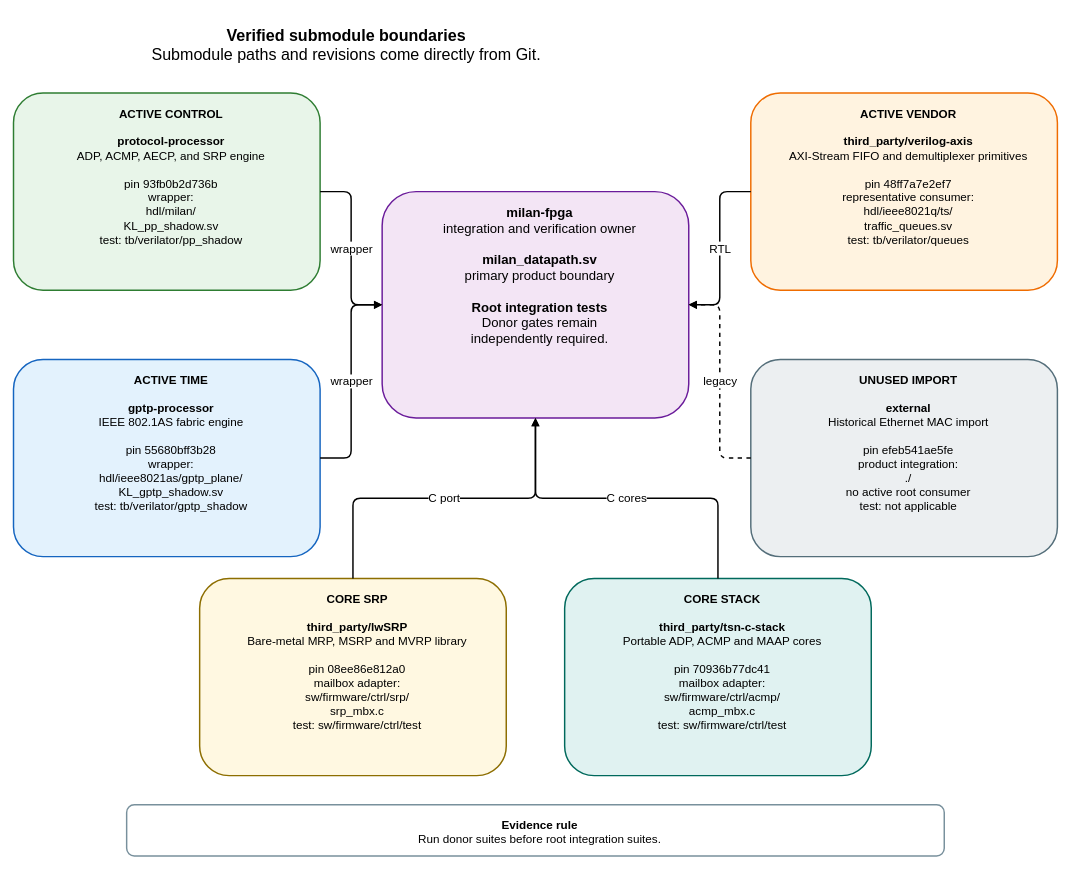
Earlier version of the draw.io diagram docs/diagrams/submodule_boundaries.drawio (kebag-logic/milan-fpga). Source tidied: cells renumbered, new cells numbered last; positions are measured from the earlier drawing's top-left corner, leaving out a move shared by most shapes. Both pictures are drawn from the tidied source at 73%, with x=0, y=0 at pixel (13, 12).
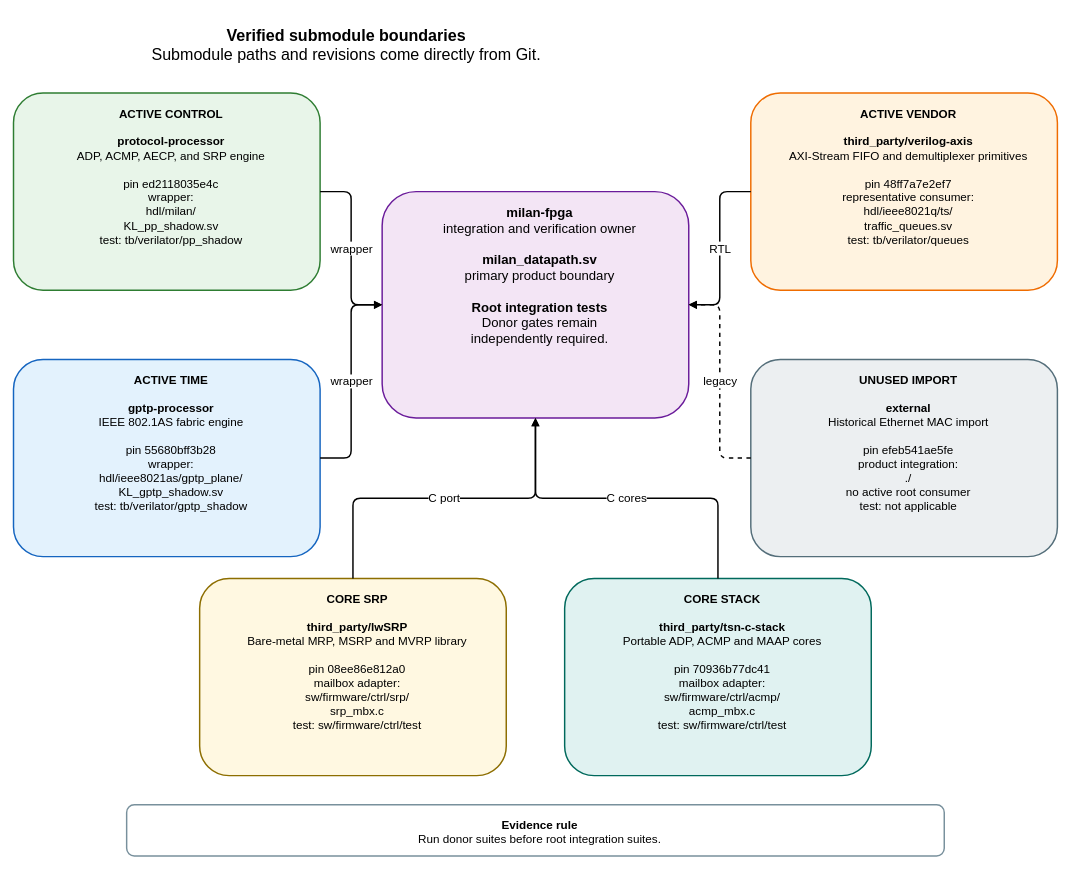
Above is the later version.

Commit message (it also covers changes not shown here):
Re-record the pin-derived records at processor ed211803: ROM digests, pin table and boundary diagram (#780)

The edit, as a diff of the source:
```diff
@@
 <mxGraphModel>
   <root>
     <mxCell id="0" />
     <mxCell id="1" parent="0" />
     <mxCell id="2" value="&lt;b&gt;Verified submodule boundaries&lt;/b&gt;&lt;br&gt;Submodule paths and revisions come directly from Git." style="rounded=1;whiteSpace=wrap;html=1;verticalAlign=top;spacingTop=12;spacingLeft=12;fontSize=22;fontFamily=Helvetica;fillColor=none;strokeColor=none;strokeWidth=2;" parent="1" vertex="1">
       <mxGeometry width="900" height="65" as="geometry" />
     </mxCell>
     <mxCell id="3" value="&lt;b&gt;milan-fpga&lt;/b&gt;&lt;br&gt;integration and verification owner&lt;br&gt;&lt;br&gt;&lt;b&gt;milan_datapath.sv&lt;/b&gt;&lt;br&gt;primary product boundary&lt;br&gt;&lt;br&gt;&lt;b&gt;Root integration tests&lt;/b&gt;&lt;br&gt;Donor gates remain&lt;br&gt;independently required." style="rounded=1;whiteSpace=wrap;html=1;verticalAlign=top;spacingTop=12;spacingLeft=12;fontSize=18;fontFamily=Helvetica;fillColor=#F3E5F5;strokeColor=#6A1B9A;strokeWidth=2;" parent="1" vertex="1">
       <mxGeometry x="505" y="245" width="420" height="310" as="geometry" />
     </mxCell>
-    <mxCell id="4" value="&lt;b&gt;ACTIVE CONTROL&lt;/b&gt;&lt;br&gt;&lt;br&gt;&lt;b&gt;protocol-processor&lt;/b&gt;&lt;br&gt;ADP, ACMP, AECP, and SRP engine&lt;br&gt;&lt;br&gt;pin 93fb0b2d736b&lt;br&gt;wrapper:&lt;br&gt;hdl/milan/&lt;br&gt;KL_pp_shadow.sv&lt;br&gt;test: tb/verilator/pp_shadow" style="rounded=1;whiteSpace=wrap;html=1;verticalAlign=top;spacingTop=12;spacingLeft=12;fontSize=16;fontFamily=Helvetica;fillColor=#E8F5E9;strokeColor=#2E7D32;strokeWidth=2;" parent="1" vertex="1">
+    <mxCell id="4" value="&lt;b&gt;ACTIVE CONTROL&lt;/b&gt;&lt;br&gt;&lt;br&gt;&lt;b&gt;protocol-processor&lt;/b&gt;&lt;br&gt;ADP, ACMP, AECP, and SRP engine&lt;br&gt;&lt;br&gt;pin ed2118035e4c&lt;br&gt;wrapper:&lt;br&gt;hdl/milan/&lt;br&gt;KL_pp_shadow.sv&lt;br&gt;test: tb/verilator/pp_shadow" style="rounded=1;whiteSpace=wrap;html=1;verticalAlign=top;spacingTop=12;spacingLeft=12;fontSize=16;fontFamily=Helvetica;fillColor=#E8F5E9;strokeColor=#2E7D32;strokeWidth=2;" parent="1" vertex="1">
       <mxGeometry y="110" width="420" height="270" as="geometry" />
     </mxCell>
     <mxCell id="5" value="&lt;b&gt;ACTIVE TIME&lt;/b&gt;&lt;br&gt;&lt;br&gt;&lt;b&gt;gptp-processor&lt;/b&gt;&lt;br&gt;IEEE 802.1AS fabric engine&lt;br&gt;&lt;br&gt;pin 55680bff3b28&lt;br&gt;wrapper:&lt;br&gt;hdl/ieee8021as/gptp_plane/&lt;br&gt;KL_gptp_shadow.sv&lt;br&gt;test: tb/verilator/gptp_shadow" style="rounded=1;whiteSpace=wrap;html=1;verticalAlign=top;spacingTop=12;spacingLeft=12;fontSize=16;fontFamily=Helvetica;fillColor=#E3F2FD;strokeColor=#1565C0;strokeWidth=2;" parent="1" vertex="1">
       <mxGeometry y="475" width="420" height="270" as="geometry" />
     </mxCell>
     <mxCell id="6" value="&lt;b&gt;ACTIVE VENDOR&lt;/b&gt;&lt;br&gt;&lt;br&gt;&lt;b&gt;third_party/verilog-axis&lt;/b&gt;&lt;br&gt;AXI-Stream FIFO and demultiplexer primitives&lt;br&gt;&lt;br&gt;pin 48ff7a7e2ef7&lt;br&gt;representative consumer:&lt;br&gt;hdl/ieee8021q/ts/&lt;br&gt;traffic_queues.sv&lt;br&gt;test: tb/verilator/queues" style="rounded=1;whiteSpace=wrap;html=1;verticalAlign=top;spacingTop=12;spacingLeft=12;fontSize=16;fontFamily=Helvetica;fillColor=#FFF3E0;strokeColor=#EF6C00;strokeWidth=2;" parent="1" vertex="1">
       <mxGeometry x="1010" y="110" width="420" height="270" as="geometry" />
     </mxCell>
     <mxCell id="7" value="&lt;b&gt;UNUSED IMPORT&lt;/b&gt;&lt;br&gt;&lt;br&gt;&lt;b&gt;external&lt;/b&gt;&lt;br&gt;Historical Ethernet MAC import&lt;br&gt;&lt;br&gt;pin efeb541ae5fe&lt;br&gt;product integration:&lt;br&gt;./&lt;br&gt;no active root consumer&lt;br&gt;test: not applicable" style="rounded=1;whiteSpace=wrap;html=1;verticalAlign=top;spacingTop=12;spacingLeft=12;fontSize=16;fontFamily=Helvetica;fillColor=#ECEFF1;strokeColor=#546E7A;strokeWidth=2;" parent="1" vertex="1">
       <mxGeometry x="1010" y="475" width="420" height="270" as="geometry" />
     </mxCell>
     <mxCell id="8" value="&lt;b&gt;CORE SRP&lt;/b&gt;&lt;br&gt;&lt;br&gt;&lt;b&gt;third_party/lwSRP&lt;/b&gt;&lt;br&gt;Bare-metal MRP, MSRP and MVRP library&lt;br&gt;&lt;br&gt;pin 08ee86e812a0&lt;br&gt;mailbox adapter:&lt;br&gt;sw/firmware/ctrl/srp/&lt;br&gt;srp_mbx.c&lt;br&gt;test: sw/firmware/ctrl/test" style="rounded=1;whiteSpace=wrap;html=1;verticalAlign=top;spacingTop=12;spacingLeft=12;fontSize=16;fontFamily=Helvetica;fillColor=#FFF8E1;strokeColor=#8D6E00;strokeWidth=2;" parent="1" vertex="1">
       <mxGeometry x="255" y="775" width="420" height="270" as="geometry" />
     </mxCell>
     <mxCell id="9" value="&lt;b&gt;CORE STACK&lt;/b&gt;&lt;br&gt;&lt;br&gt;&lt;b&gt;third_party/tsn-c-stack&lt;/b&gt;&lt;br&gt;Portable ADP, ACMP and MAAP cores&lt;br&gt;&lt;br&gt;pin 70936b77dc41&lt;br&gt;mailbox adapter:&lt;br&gt;sw/firmware/ctrl/acmp/&lt;br&gt;acmp_mbx.c&lt;br&gt;test: sw/firmware/ctrl/test" style="rounded=1;whiteSpace=wrap;html=1;verticalAlign=top;spacingTop=12;spacingLeft=12;fontSize=16;fontFamily=Helvetica;fillColor=#E0F2F1;strokeColor=#00695C;strokeWidth=2;" parent="1" vertex="1">
       <mxGeometry x="755" y="775" width="420" height="270" as="geometry" />
     </mxCell>
     <mxCell id="10" value="wrapper" style="edgeStyle=orthogonalEdgeStyle;rounded=1;jettySize=auto;html=1;endArrow=block;endFill=1;strokeWidth=2;fontSize=16;fontFamily=Helvetica;labelBackgroundColor=#FFFFFF;" parent="1" edge="1" source="4" target="3">
       <mxGeometry relative="1" as="geometry" />
     </mxCell>
     <mxCell id="11" value="wrapper" style="edgeStyle=orthogonalEdgeStyle;rounded=1;jettySize=auto;html=1;endArrow=block;endFill=1;strokeWidth=2;fontSize=16;fontFamily=Helvetica;labelBackgroundColor=#FFFFFF;" parent="1" edge="1" source="5" target="3">
       <mxGeometry relative="1" as="geometry" />
     </mxCell>
     <mxCell id="12" value="RTL" style="edgeStyle=orthogonalEdgeStyle;rounded=1;jettySize=auto;html=1;endArrow=block;endFill=1;strokeWidth=2;fontSize=16;fontFamily=Helvetica;labelBackgroundColor=#FFFFFF;" parent="1" edge="1" source="6" target="3">
       <mxGeometry relative="1" as="geometry" />
     </mxCell>
     <mxCell id="13" value="legacy" style="edgeStyle=orthogonalEdgeStyle;rounded=1;jettySize=auto;html=1;endArrow=block;endFill=1;strokeWidth=2;fontSize=16;fontFamily=Helvetica;labelBackgroundColor=#FFFFFF;dashed=1;" parent="1" edge="1" source="7" target="3">
       <mxGeometry relative="1" as="geometry" />
     </mxCell>
     <mxCell id="14" value="C port" style="edgeStyle=orthogonalEdgeStyle;rounded=1;jettySize=auto;html=1;endArrow=block;endFill=1;strokeWidth=2;fontSize=16;fontFamily=Helvetica;labelBackgroundColor=#FFFFFF;" parent="1" edge="1" source="8" target="3">
       <mxGeometry relative="1" as="geometry" />
     </mxCell>
     <mxCell id="15" value="C cores" style="edgeStyle=orthogonalEdgeStyle;rounded=1;jettySize=auto;html=1;endArrow=block;endFill=1;strokeWidth=2;fontSize=16;fontFamily=Helvetica;labelBackgroundColor=#FFFFFF;" parent="1" edge="1" source="9" target="3">
       <mxGeometry relative="1" as="geometry" />
     </mxCell>
     <mxCell id="16" value="&lt;b&gt;Evidence rule&lt;/b&gt;&lt;br&gt;Run donor suites before root integration suites." style="rounded=1;whiteSpace=wrap;html=1;verticalAlign=top;spacingTop=12;spacingLeft=12;fontSize=16;fontFamily=Helvetica;fillColor=#FFFFFF;strokeColor=#78909C;strokeWidth=2;" parent="1" vertex="1">
       <mxGeometry x="155" y="1085" width="1120" height="70" as="geometry" />
     </mxCell>
   </root>
 </mxGraphModel>
```
